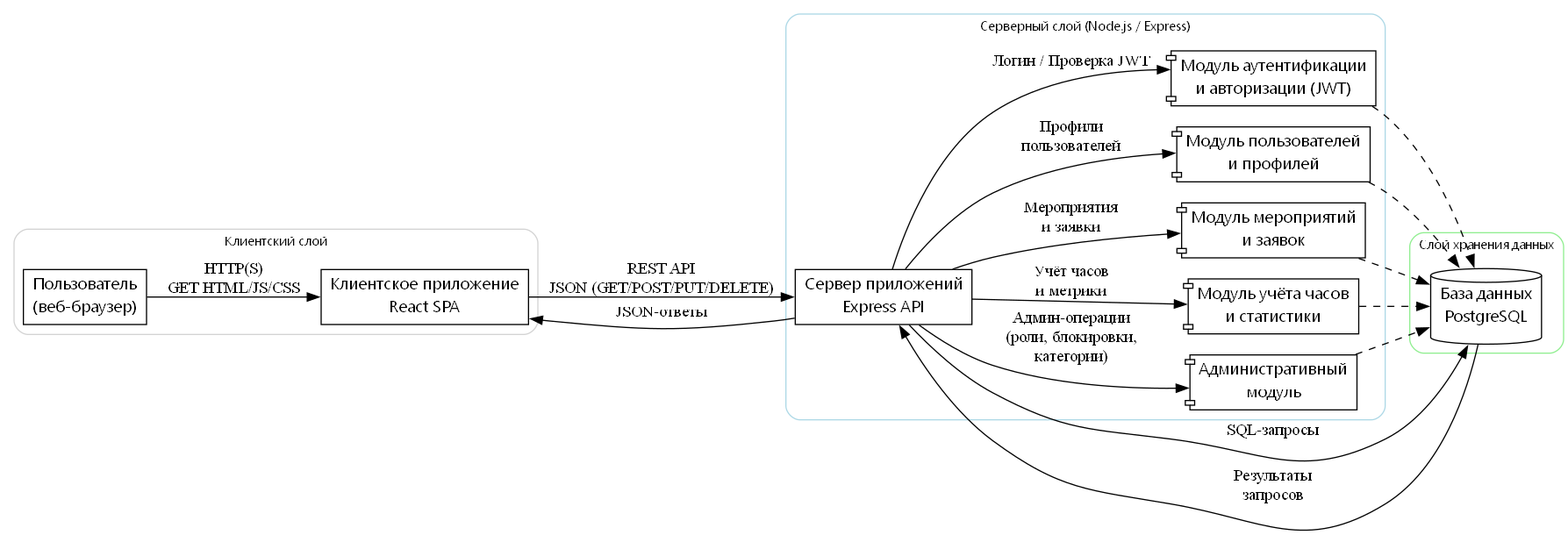
Above: volunteerWebDocs/Diagrams/Architecture/diagram.png in BronyLong/volunteer-web (Graphviz), before the change. Its source is kept beside it as volunteerWebDocs/Diagrams/Architecture/diagram.dot. Source of this version:
```dot
digraph VolunteerWebArchitecture {
    rankdir=LR;
    fontsize=11;
    fontname="Segoe UI";
    node [fontname="Segoe UI"];

    subgraph cluster_client {
        label = "Клиентский слой";
        style = "rounded";
        color = "lightgrey";

        browser [label="Пользователь\n(веб-браузер)", shape=box];
        spa [label="Клиентское приложение\nReact SPA", shape=box];
    }

    subgraph cluster_backend {
        label = "Серверный слой (Node.js / Express)";
        style = "rounded";
        color = "lightblue";

        api [label="Сервер приложений\nExpress API", shape=box, style="filled", fillcolor="white"];

        auth       [label="Модуль аутентификации\nи авторизации (JWT)", shape=component];
        profiles   [label="Модуль пользователей\nи профилей", shape=component];
        events     [label="Модуль мероприятий\nи заявок", shape=component];
        hours      [label="Модуль учёта часов\nи статистики", shape=component];
        admin      [label="Административный\nмодуль", shape=component];
    }

    subgraph cluster_db {
        label = "Слой хранения данных";
        style = "rounded";
        color = "lightgreen";

        db [label="База данных\nPostgreSQL", shape=cylinder];
    }

    browser -> spa [label="HTTP(S)\nGET HTML/JS/CSS"];
    spa -> api     [label="REST API\nJSON (GET/POST/PUT/DELETE)"];
    api -> db      [label="SQL‑запросы"];
    db  -> api     [label="Результаты\nзапросов"];
    api -> spa     [label="JSON‑ответы"];

    api -> auth     [label="Логин / Проверка JWT"];
    api -> profiles [label="Профили\nпользователей"];
    api -> events   [label="Мероприятия\nи заявки"];
    api -> hours    [label="Учёт часов\nи метрики"];
    api -> admin    [label="Админ‑операции\n(роли, блокировки,\nкатегории)"];

    auth     -> db  [style=dashed];
    profiles -> db  [style=dashed];
    events   -> db  [style=dashed];
    hours    -> db  [style=dashed];
    admin    -> db  [style=dashed];
}
```
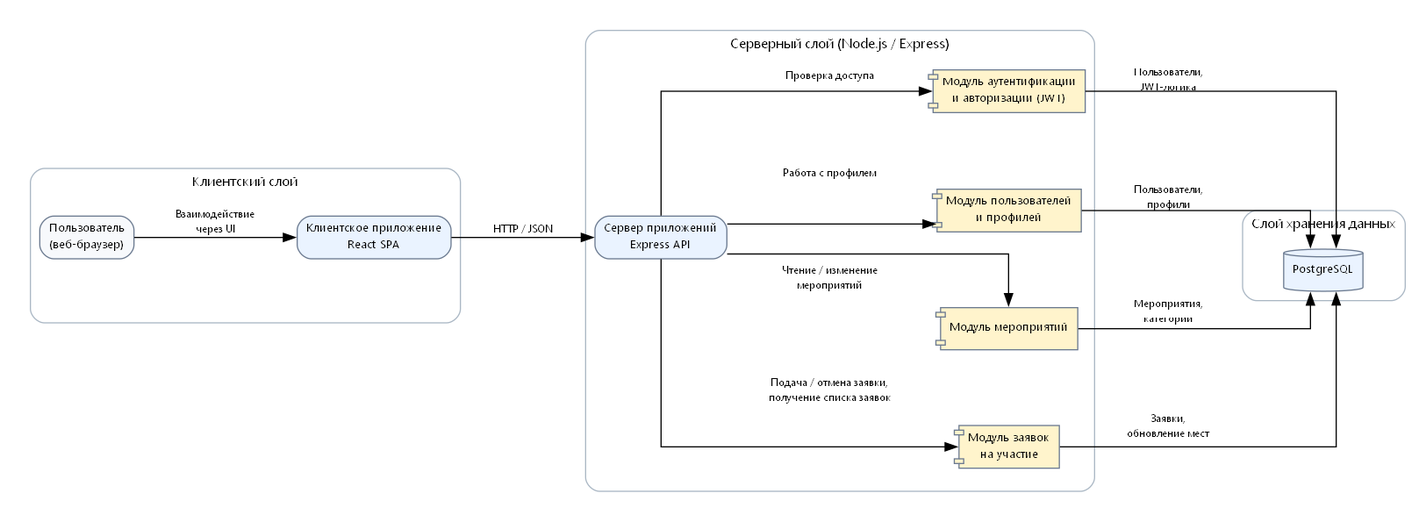
Later version of the same file.

The edit, as a diff of the source:
```diff
@@ -1,55 +1,66 @@
-digraph VolunteerWebArchitecture {
-    rankdir=LR;
-    fontsize=11;
-    fontname="Segoe UI";
-    node [fontname="Segoe UI"];
+digraph Architecture_Volunteer_Web_App {
+    graph [
+        rankdir=LR,
+        splines=ortho,
+        bgcolor="white",
+        pad=0.25,
+        nodesep=0.9,
+        ranksep=1.0,
+        fontname="Segoe UI",
+        fontsize=12
+    ];
+
+    node [
+        fontname="Segoe UI",
+        fontsize=10,
+        style="rounded,filled",
+        color="#6B7A90"
+    ];
+
+    edge [
+        fontname="Segoe UI",
+        fontsize=9
+    ];
 
     subgraph cluster_client {
-        label = "Клиентский слой";
-        style = "rounded";
-        color = "lightgrey";
+        label="Клиентский слой";
+        style="rounded";
+        color="#AAB7C4";
 
-        browser [label="Пользователь\n(веб-браузер)", shape=box];
-        spa [label="Клиентское приложение\nReact SPA", shape=box];
+        browser [label="Пользователь\n(веб-браузер)", shape=box, fillcolor="#F7F9FC"];
+        spa [label="Клиентское приложение\nReact SPA", shape=box, fillcolor="#EAF3FF"];
     }
 
     subgraph cluster_backend {
-        label = "Серверный слой (Node.js / Express)";
-        style = "rounded";
-        color = "lightblue";
+        label="Серверный слой (Node.js / Express)";
+        style="rounded";
+        color="#AAB7C4";
 
-        api [label="Сервер приложений\nExpress API", shape=box, style="filled", fillcolor="white"];
+        api [label="Сервер приложений\nExpress API", shape=box, fillcolor="#EAF3FF"];
 
-        auth       [label="Модуль аутентификации\nи авторизации (JWT)", shape=component];
-        profiles   [label="Модуль пользователей\nи профилей", shape=component];
-        events     [label="Модуль мероприятий\nи заявок", shape=component];
-        hours      [label="Модуль учёта часов\nи статистики", shape=component];
-        admin      [label="Административный\nмодуль", shape=component];
+        auth [label="Модуль аутентификации\nи авторизации (JWT)", shape=component, fillcolor="#FFF4CC"];
+        profiles [label="Модуль пользователей\nи профилей", shape=component, fillcolor="#FFF4CC"];
+        events [label="Модуль мероприятий", shape=component, fillcolor="#FFF4CC"];
+        applications [label="Модуль заявок\nна участие", shape=component, fillcolor="#FFF4CC"];
     }
 
-    subgraph cluster_db {
-        label = "Слой хранения данных";
-        style = "rounded";
-        color = "lightgreen";
+    subgraph cluster_data {
+        label="Слой хранения данных";
+        style="rounded";
+        color="#AAB7C4";
 
-        db [label="База данных\nPostgreSQL", shape=cylinder];
+        db [label="PostgreSQL", shape=cylinder, fillcolor="#EAF3FF"];
     }
 
-    browser -> spa [label="HTTP(S)\nGET HTML/JS/CSS"];
-    spa -> api     [label="REST API\nJSON (GET/POST/PUT/DELETE)"];
-    api -> db      [label="SQL‑запросы"];
-    db  -> api     [label="Результаты\nзапросов"];
-    api -> spa     [label="JSON‑ответы"];
+    browser -> spa [label="Взаимодействие\nчерез UI"];
+    spa -> api [label="HTTP / JSON"];
+    api -> auth [label="Проверка доступа"];
+    api -> profiles [label="Работа с профилем"];
+    api -> events [label="Чтение / изменение\nмероприятий"];
+    api -> applications [label="Подача / отмена заявки,\nполучение списка заявок"];
 
-    api -> auth     [label="Логин / Проверка JWT"];
-    api -> profiles [label="Профили\nпользователей"];
-    api -> events   [label="Мероприятия\nи заявки"];
-    api -> hours    [label="Учёт часов\nи метрики"];
-    api -> admin    [label="Админ‑операции\n(роли, блокировки,\nкатегории)"];
-
-    auth     -> db  [style=dashed];
-    profiles -> db  [style=dashed];
-    events   -> db  [style=dashed];
-    hours    -> db  [style=dashed];
-    admin    -> db  [style=dashed];
+    auth -> db [label="Пользователи,\nJWT-логика"];
+    profiles -> db [label="Пользователи,\nпрофили"];
+    events -> db [label="Мероприятия,\nкатегории"];
+    applications -> db [label="Заявки,\nобновление мест"];
 }
```
